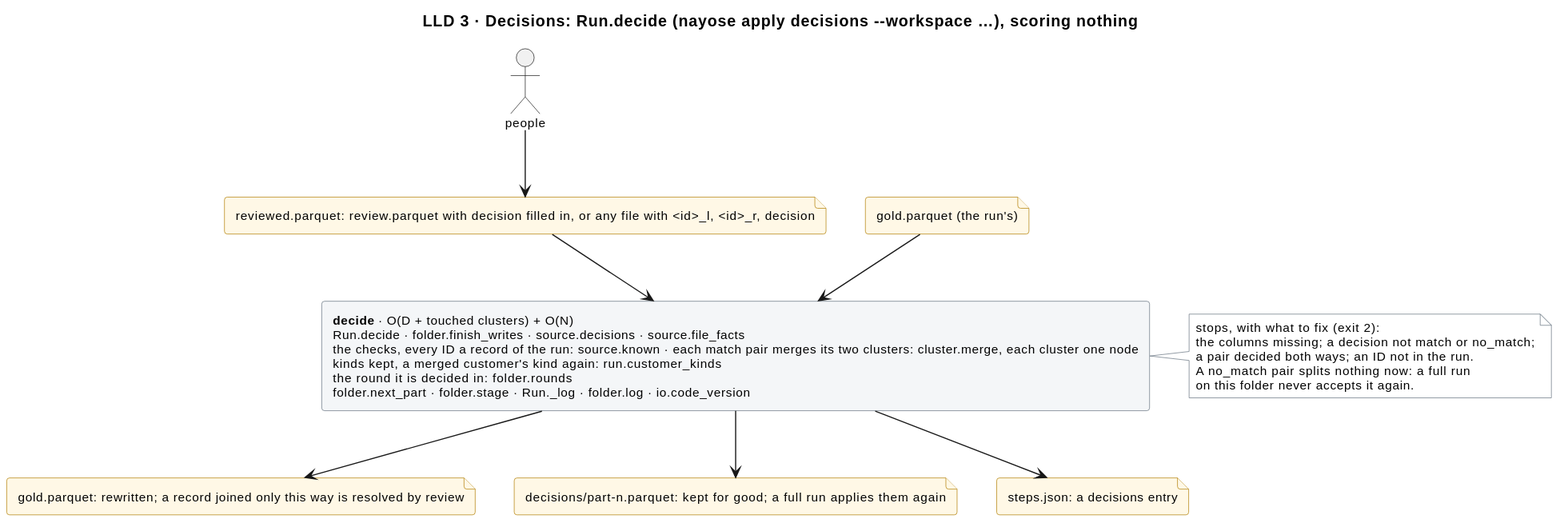
Before: docs/diagrams/decisions.svg, a diagram exported from PlantUML (mvsbm/entity_matching).
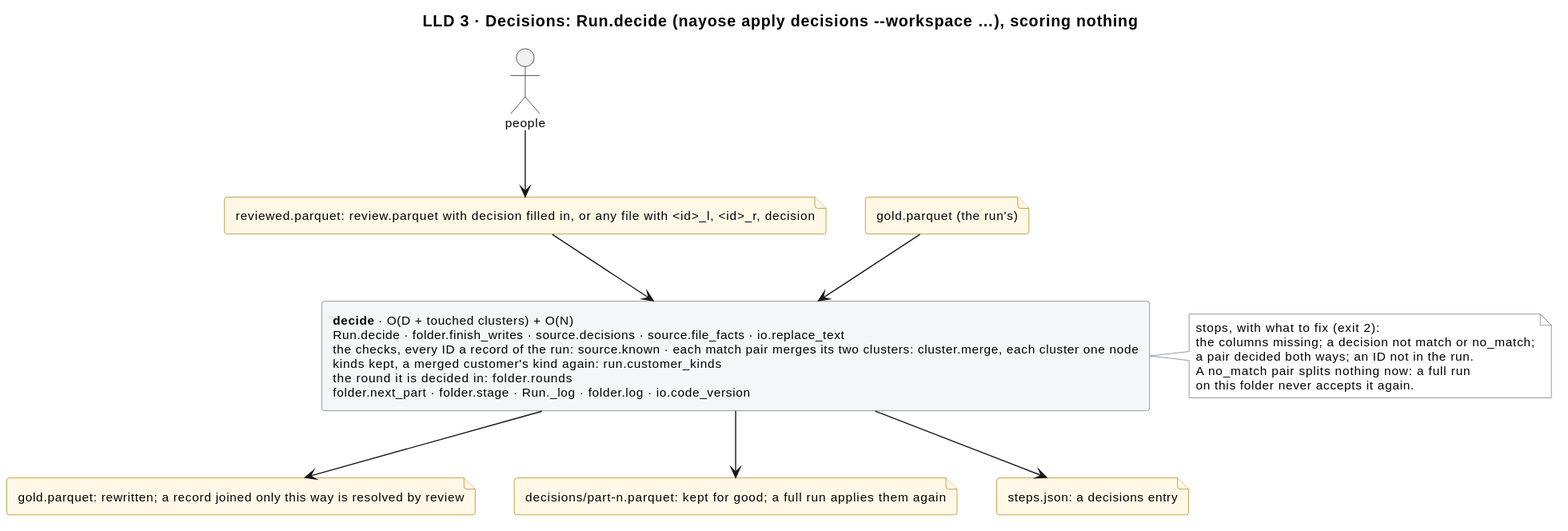
After the change.

What changed in the source:
```diff
@@ -18,7 +18,7 @@
 file "reviewed.parquet: review.parquet with decision filled in, or any file with <id>_l, <id>_r, decision" as f_decided
 file "gold.parquet (the run's)" as f_gold_in
 
-rectangle "<b>decide</b> · O(D + touched clusters) + O(N)\nRun.decide · folder.finish_writes · source.decisions · source.file_facts\nthe checks, every ID a record of the run: source.known · each match pair merges its two clusters: cluster.merge, each cluster one node\nkinds kept, a merged customer's kind again: run.customer_kinds\nthe round it is decided in: folder.rounds\nfolder.next_part · folder.stage · Run._log · folder.log · io.code_version" as decide
+rectangle "<b>decide</b> · O(D + touched clusters) + O(N)\nRun.decide · folder.finish_writes · source.decisions · source.file_facts · io.replace_text\nthe checks, every ID a record of the run: source.known · each match pair merges its two clusters: cluster.merge, each cluster one node\nkinds kept, a merged customer's kind again: run.customer_kinds\nthe round it is decided in: folder.rounds\nfolder.next_part · folder.stage · Run._log · folder.log · io.code_version" as decide
 
 note right of decide
   stops, with what to fix (exit 2):
```
